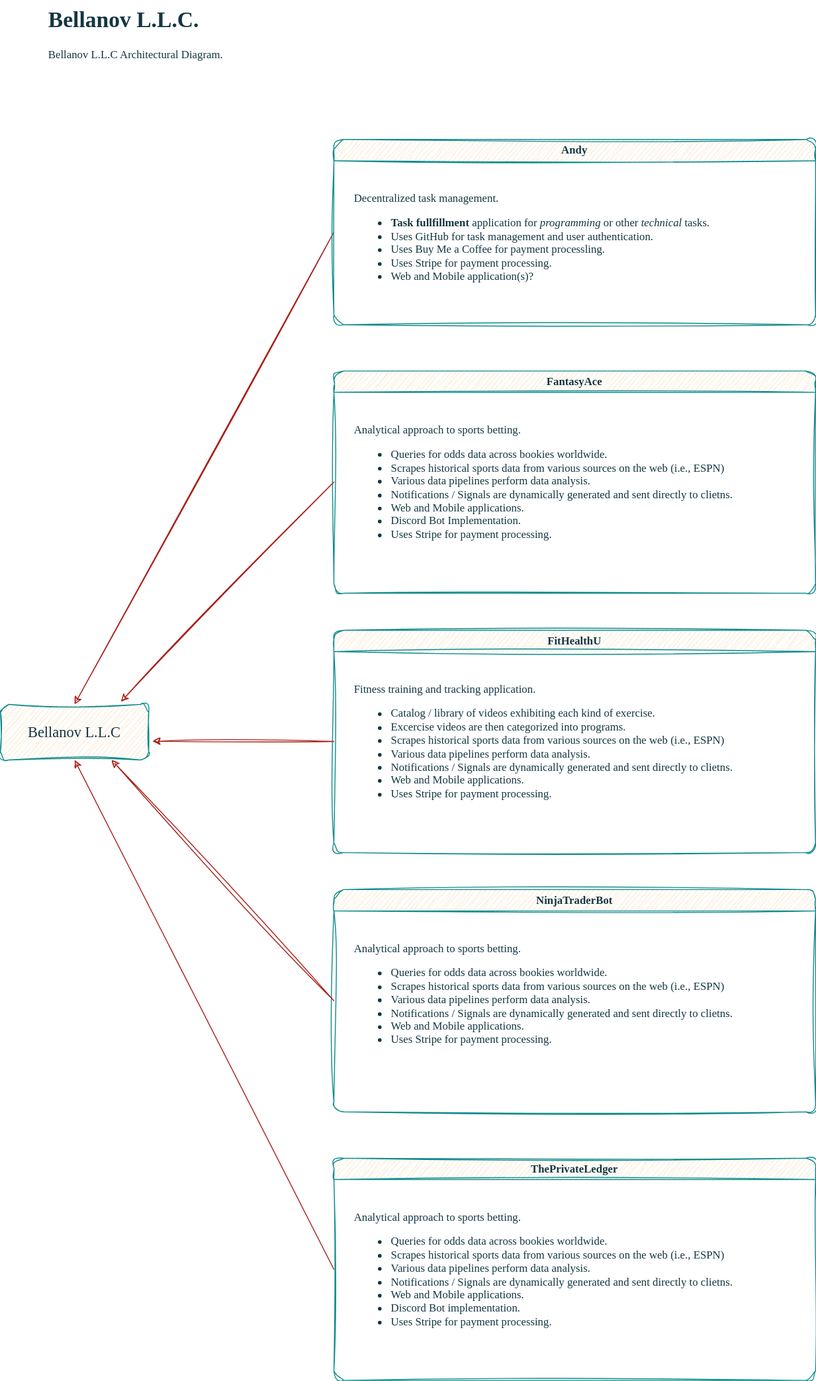
Before: diagrams/Architecture.svg, a diagram exported from draw.io (bellanov/bellanov-llc). Source tidied: cells renumbered, new cells last; positions are measured from the earlier drawing's top-left corner, leaving out a move shared by most shapes.
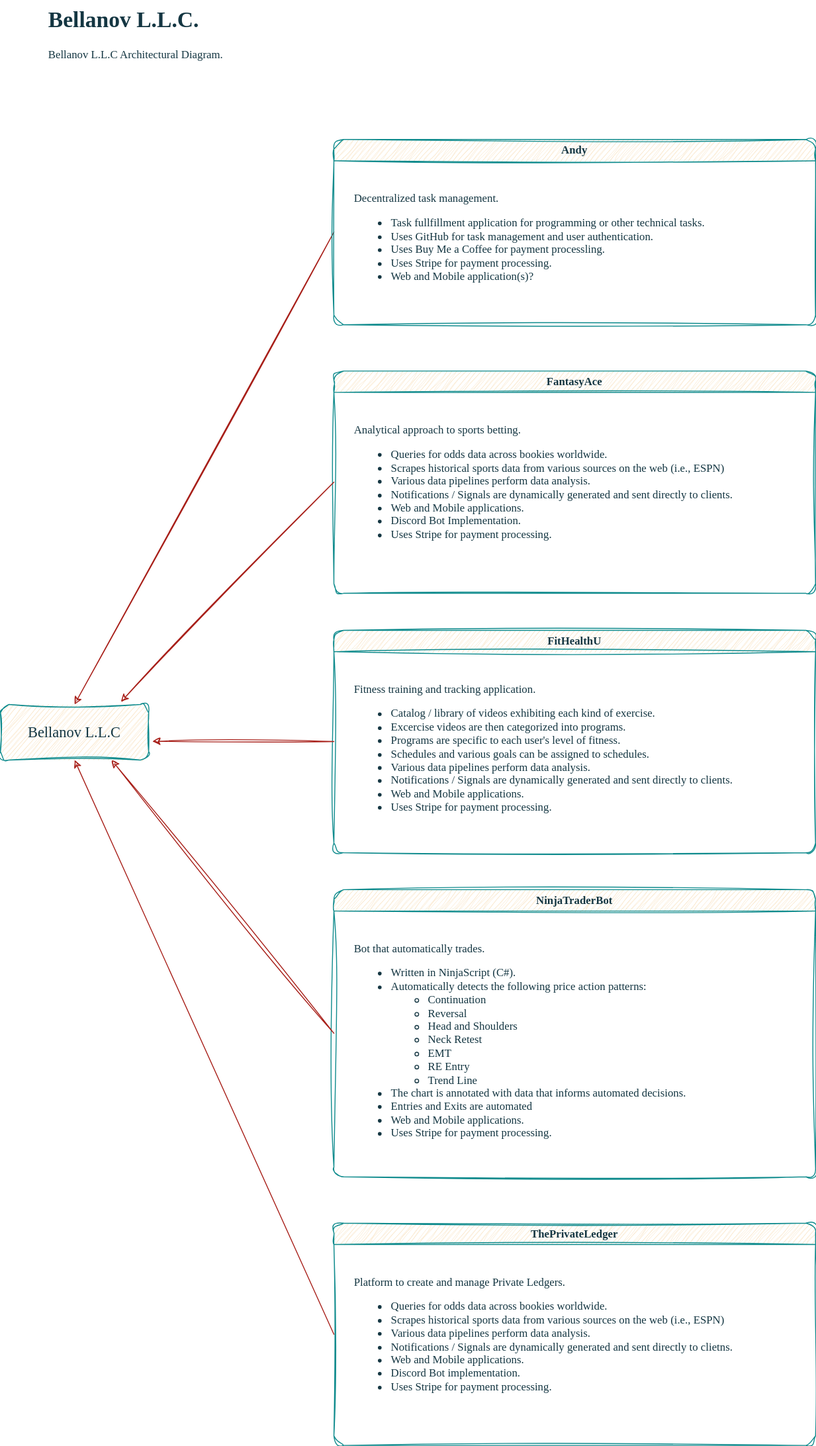
After the change.

Commit message:
Removed Unnecessary Header

Diff of the diagram source:
```diff
@@ -11,32 +11,32 @@
     <mxCell id="4" value="Andy" style="swimlane;whiteSpace=wrap;html=1;sketch=1;hachureGap=4;jiggle=2;curveFitting=1;fontFamily=Verdana;labelBackgroundColor=none;fillColor=#FAE5C7;strokeColor=#0F8B8D;fontColor=#143642;rounded=1;" parent="1" vertex="1">
       <mxGeometry x="360" y="150" width="520" height="200" as="geometry" />
     </mxCell>
-    <mxCell id="5" value="&lt;div&gt;Decentralized task management.&lt;/div&gt;&lt;div&gt;&lt;ul&gt;&lt;li&gt;&lt;b&gt;Task fullfillment&lt;/b&gt; application for &lt;i&gt;programming &lt;/i&gt;or other &lt;i&gt;technical &lt;/i&gt;tasks.&lt;/li&gt;&lt;li&gt;Uses GitHub for task management and user authentication.&lt;/li&gt;&lt;li&gt;Uses Buy Me a Coffee for payment processling.&lt;/li&gt;&lt;li&gt;Uses Stripe for payment processing.&lt;/li&gt;&lt;li&gt;Web and Mobile application(s)?&lt;br&gt;&lt;br&gt;&lt;/li&gt;&lt;/ul&gt;&lt;/div&gt;" style="text;html=1;whiteSpace=wrap;strokeColor=none;fillColor=none;align=left;verticalAlign=top;rounded=1;fontFamily=Lucida Console;labelBackgroundColor=none;fontColor=#143642;" parent="4" vertex="1">
+    <mxCell id="5" value="&lt;div&gt;Decentralized task management.&lt;/div&gt;&lt;div&gt;&lt;ul&gt;&lt;li&gt;Task fullfillment application for programming or other technical&lt;i&gt; &lt;/i&gt;tasks.&lt;/li&gt;&lt;li&gt;Uses GitHub for task management and user authentication.&lt;/li&gt;&lt;li&gt;Uses Buy Me a Coffee for payment processling.&lt;/li&gt;&lt;li&gt;Uses Stripe for payment processing.&lt;/li&gt;&lt;li&gt;Web and Mobile application(s)?&lt;br&gt;&lt;br&gt;&lt;/li&gt;&lt;/ul&gt;&lt;/div&gt;" style="text;html=1;whiteSpace=wrap;strokeColor=none;fillColor=none;align=left;verticalAlign=top;rounded=1;fontFamily=Lucida Console;labelBackgroundColor=none;fontColor=#143642;" parent="4" vertex="1">
       <mxGeometry x="20" y="50" width="480" height="130" as="geometry" />
     </mxCell>
     <mxCell id="6" value="FantasyAce" style="swimlane;whiteSpace=wrap;html=1;sketch=1;hachureGap=4;jiggle=2;curveFitting=1;fontFamily=Verdana;labelBackgroundColor=none;fillColor=#FAE5C7;strokeColor=#0F8B8D;fontColor=#143642;rounded=1;" parent="1" vertex="1">
       <mxGeometry x="360" y="400" width="520" height="240" as="geometry" />
     </mxCell>
-    <mxCell id="7" value="&lt;div&gt;Analytical approach to sports betting.&lt;/div&gt;&lt;div&gt;&lt;ul&gt;&lt;li&gt;Queries for odds data across bookies worldwide.&lt;/li&gt;&lt;li&gt;Scrapes historical sports data from various sources on the web (i.e., ESPN)&lt;/li&gt;&lt;li&gt;Various data pipelines perform data analysis.&lt;/li&gt;&lt;li&gt;Notifications / Signals are dynamically generated and sent directly to clietns.&lt;/li&gt;&lt;li&gt;Web and Mobile applications.&lt;/li&gt;&lt;li&gt;Discord Bot Implementation.&lt;/li&gt;&lt;li&gt;Uses Stripe for payment processing.&lt;/li&gt;&lt;/ul&gt;&lt;/div&gt;" style="text;html=1;whiteSpace=wrap;strokeColor=none;fillColor=none;align=left;verticalAlign=top;rounded=1;fontFamily=Lucida Console;labelBackgroundColor=none;fontColor=#143642;" parent="6" vertex="1">
+    <mxCell id="7" value="&lt;div&gt;Analytical approach to sports betting.&lt;/div&gt;&lt;div&gt;&lt;ul&gt;&lt;li&gt;Queries for odds data across bookies worldwide.&lt;/li&gt;&lt;li&gt;Scrapes historical sports data from various sources on the web (i.e., ESPN)&lt;/li&gt;&lt;li&gt;Various data pipelines perform data analysis.&lt;/li&gt;&lt;li&gt;Notifications / Signals are dynamically generated and sent directly to clients.&lt;/li&gt;&lt;li&gt;Web and Mobile applications.&lt;/li&gt;&lt;li&gt;Discord Bot Implementation.&lt;/li&gt;&lt;li&gt;Uses Stripe for payment processing.&lt;/li&gt;&lt;/ul&gt;&lt;/div&gt;" style="text;html=1;whiteSpace=wrap;strokeColor=none;fillColor=none;align=left;verticalAlign=top;rounded=1;fontFamily=Lucida Console;labelBackgroundColor=none;fontColor=#143642;" parent="6" vertex="1">
       <mxGeometry x="20" y="50" width="480" height="170" as="geometry" />
     </mxCell>
     <mxCell id="8" value="ThePrivateLedger" style="swimlane;whiteSpace=wrap;html=1;sketch=1;hachureGap=4;jiggle=2;curveFitting=1;fontFamily=Verdana;labelBackgroundColor=none;fillColor=#FAE5C7;strokeColor=#0F8B8D;fontColor=#143642;rounded=1;" parent="1" vertex="1">
-      <mxGeometry x="360" y="1250" width="520" height="240" as="geometry" />
+      <mxGeometry x="360" y="1320" width="520" height="240" as="geometry" />
     </mxCell>
-    <mxCell id="9" value="&lt;div&gt;Analytical approach to sports betting.&lt;/div&gt;&lt;div&gt;&lt;ul&gt;&lt;li&gt;Queries for odds data across bookies worldwide.&lt;/li&gt;&lt;li&gt;Scrapes historical sports data from various sources on the web (i.e., ESPN)&lt;/li&gt;&lt;li&gt;Various data pipelines perform data analysis.&lt;/li&gt;&lt;li&gt;Notifications / Signals are dynamically generated and sent directly to clietns.&lt;/li&gt;&lt;li&gt;Web and Mobile applications.&lt;/li&gt;&lt;li&gt;Discord Bot implementation.&lt;/li&gt;&lt;li&gt;Uses Stripe for payment processing.&lt;/li&gt;&lt;/ul&gt;&lt;/div&gt;" style="text;html=1;whiteSpace=wrap;strokeColor=none;fillColor=none;align=left;verticalAlign=top;rounded=1;fontFamily=Lucida Console;labelBackgroundColor=none;fontColor=#143642;" parent="8" vertex="1">
+    <mxCell id="9" value="&lt;div&gt;Platform to create and manage Private Ledgers.&lt;/div&gt;&lt;div&gt;&lt;ul&gt;&lt;li&gt;Queries for odds data across bookies worldwide.&lt;/li&gt;&lt;li&gt;Scrapes historical sports data from various sources on the web (i.e., ESPN)&lt;/li&gt;&lt;li&gt;Various data pipelines perform data analysis.&lt;/li&gt;&lt;li&gt;Notifications / Signals are dynamically generated and sent directly to clietns.&lt;/li&gt;&lt;li&gt;Web and Mobile applications.&lt;/li&gt;&lt;li&gt;Discord Bot implementation.&lt;/li&gt;&lt;li&gt;Uses Stripe for payment processing.&lt;/li&gt;&lt;/ul&gt;&lt;/div&gt;" style="text;html=1;whiteSpace=wrap;strokeColor=none;fillColor=none;align=left;verticalAlign=top;rounded=1;fontFamily=Lucida Console;labelBackgroundColor=none;fontColor=#143642;" parent="8" vertex="1">
       <mxGeometry x="20" y="50" width="480" height="180" as="geometry" />
     </mxCell>
     <mxCell id="10" value="FitHealthU" style="swimlane;whiteSpace=wrap;html=1;sketch=1;hachureGap=4;jiggle=2;curveFitting=1;fontFamily=Verdana;labelBackgroundColor=none;fillColor=#FAE5C7;strokeColor=#0F8B8D;fontColor=#143642;rounded=1;" parent="1" vertex="1">
       <mxGeometry x="360" y="680" width="520" height="240" as="geometry" />
     </mxCell>
-    <mxCell id="11" value="&lt;div&gt;Fitness training and tracking application.&lt;/div&gt;&lt;div&gt;&lt;ul&gt;&lt;li&gt;Catalog / library of videos exhibiting each kind of exercise.&lt;/li&gt;&lt;li&gt;Excercise videos are then categorized into programs.&lt;/li&gt;&lt;li&gt;Scrapes historical sports data from various sources on the web (i.e., ESPN)&lt;/li&gt;&lt;li&gt;Various data pipelines perform data analysis.&lt;/li&gt;&lt;li&gt;Notifications / Signals are dynamically generated and sent directly to clietns.&lt;/li&gt;&lt;li&gt;Web and Mobile applications.&lt;/li&gt;&lt;li&gt;Uses Stripe for payment processing.&lt;/li&gt;&lt;/ul&gt;&lt;/div&gt;" style="text;html=1;whiteSpace=wrap;strokeColor=none;fillColor=none;align=left;verticalAlign=top;rounded=1;fontFamily=Lucida Console;labelBackgroundColor=none;fontColor=#143642;" parent="10" vertex="1">
-      <mxGeometry x="20" y="50" width="490" height="170" as="geometry" />
+    <mxCell id="11" value="&lt;div&gt;Fitness training and tracking application.&lt;/div&gt;&lt;div&gt;&lt;ul&gt;&lt;li&gt;Catalog / library of videos exhibiting each kind of exercise.&lt;/li&gt;&lt;li&gt;Excercise videos are then categorized into programs.&lt;/li&gt;&lt;li&gt;Programs are specific to each user's level of fitness.&lt;/li&gt;&lt;li&gt;Schedules and various goals can be assigned to schedules.&lt;/li&gt;&lt;li&gt;Various data pipelines perform data analysis.&lt;/li&gt;&lt;li&gt;Notifications / Signals are dynamically generated and sent directly to clients.&lt;/li&gt;&lt;li&gt;Web and Mobile applications.&lt;/li&gt;&lt;li&gt;Uses Stripe for payment processing.&lt;/li&gt;&lt;/ul&gt;&lt;/div&gt;" style="text;html=1;whiteSpace=wrap;strokeColor=none;fillColor=none;align=left;verticalAlign=top;rounded=1;fontFamily=Lucida Console;labelBackgroundColor=none;fontColor=#143642;" parent="10" vertex="1">
+      <mxGeometry x="20" y="50" width="490" height="180" as="geometry" />
     </mxCell>
     <mxCell id="12" value="NinjaTraderBot" style="swimlane;whiteSpace=wrap;html=1;sketch=1;hachureGap=4;jiggle=2;curveFitting=1;fontFamily=Verdana;labelBackgroundColor=none;fillColor=#FAE5C7;strokeColor=#0F8B8D;fontColor=#143642;rounded=1;" parent="1" vertex="1">
-      <mxGeometry x="360" y="960" width="520" height="240" as="geometry" />
+      <mxGeometry x="360" y="960" width="520" height="310" as="geometry" />
     </mxCell>
-    <mxCell id="13" value="&lt;div&gt;Analytical approach to sports betting.&lt;/div&gt;&lt;div&gt;&lt;ul&gt;&lt;li&gt;Queries for odds data across bookies worldwide.&lt;/li&gt;&lt;li&gt;Scrapes historical sports data from various sources on the web (i.e., ESPN)&lt;/li&gt;&lt;li&gt;Various data pipelines perform data analysis.&lt;/li&gt;&lt;li&gt;Notifications / Signals are dynamically generated and sent directly to clietns.&lt;/li&gt;&lt;li&gt;Web and Mobile applications.&lt;/li&gt;&lt;li&gt;Uses Stripe for payment processing.&lt;/li&gt;&lt;/ul&gt;&lt;/div&gt;" style="text;html=1;whiteSpace=wrap;strokeColor=none;fillColor=none;align=left;verticalAlign=top;rounded=1;fontFamily=Lucida Console;labelBackgroundColor=none;fontColor=#143642;" parent="12" vertex="1">
-      <mxGeometry x="20" y="50" width="480" height="170" as="geometry" />
+    <mxCell id="13" value="&lt;div&gt;Bot that automatically trades.&lt;/div&gt;&lt;div&gt;&lt;ul&gt;&lt;li&gt;Written in NinjaScript (C#).&lt;/li&gt;&lt;li&gt;Automatically detects the following price action patterns:&lt;/li&gt;&lt;ul&gt;&lt;li&gt;Continuation&lt;/li&gt;&lt;li&gt;Reversal&lt;/li&gt;&lt;li&gt;Head and Shoulders&lt;/li&gt;&lt;li&gt;Neck Retest&lt;/li&gt;&lt;li&gt;EMT&lt;/li&gt;&lt;li&gt;RE Entry&lt;/li&gt;&lt;li&gt;Trend Line&lt;/li&gt;&lt;/ul&gt;&lt;li&gt;&lt;span style=&quot;background-color: transparent; color: light-dark(rgb(20, 54, 66), rgb(173, 202, 213));&quot;&gt;The chart is annotated with data that informs automated decisions.&lt;/span&gt;&lt;/li&gt;&lt;li&gt;&lt;span style=&quot;background-color: transparent; color: light-dark(rgb(20, 54, 66), rgb(173, 202, 213));&quot;&gt;Entries and Exits are automated&lt;/span&gt;&lt;/li&gt;&lt;li&gt;Web and Mobile applications.&lt;/li&gt;&lt;li&gt;Uses Stripe for payment processing.&lt;/li&gt;&lt;/ul&gt;&lt;/div&gt;" style="text;html=1;whiteSpace=wrap;strokeColor=none;fillColor=none;align=left;verticalAlign=top;rounded=1;fontFamily=Lucida Console;labelBackgroundColor=none;fontColor=#143642;" parent="12" vertex="1">
+      <mxGeometry x="20" y="50" width="480" height="240" as="geometry" />
     </mxCell>
     <mxCell id="14" style="group;rounded=1;" parent="1" vertex="1">
       <mxGeometry y="760" width="160" height="60" as="geometry" />
```
